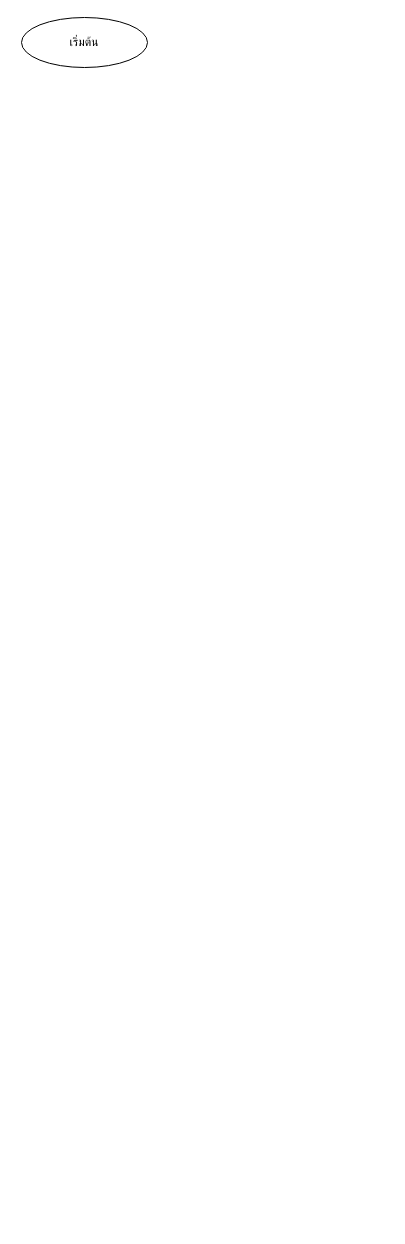
Before: HW/HW03/HW03-1/HW03-1.drawio in bbnyk/ENGCE117, a draw.io diagram. Source tidied: cells renumbered, new cells numbered last; positions are measured from the earlier drawing's top-left corner, leaving out a move shared by most shapes. Both pictures are drawn from the tidied source at 100%, with x=0, y=0 at pixel (21, 17).
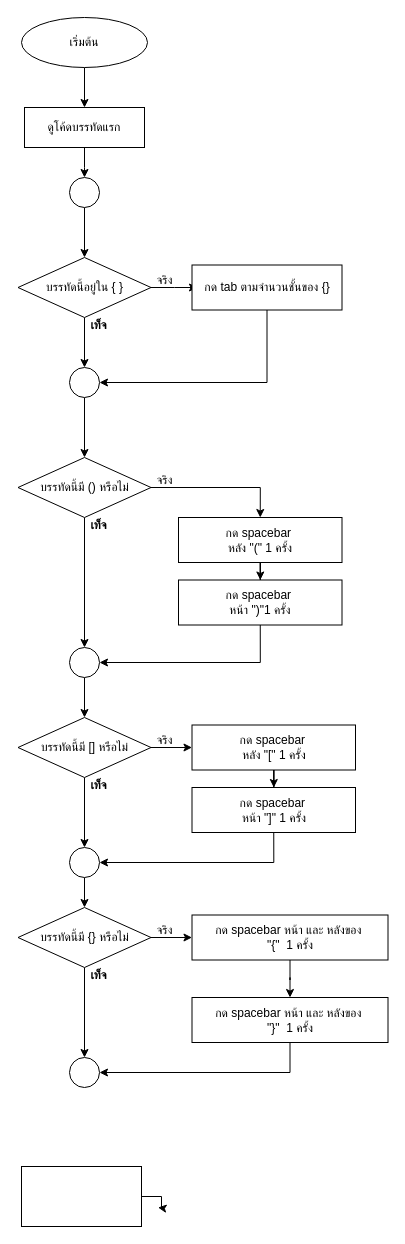
Above is the later version.

Unchanged cells that the change refers to:
```xml
<mxCell id="2" value="เริ่มต้น" style="ellipse;whiteSpace=wrap;html=1;" parent="1" vertex="1">
  <mxGeometry width="126" height="50" as="geometry" />
</mxCell>
```

The edit, as a diff of the source:
```diff
@@
+    <mxCell id="3" style="edgeStyle=orthogonalEdgeStyle;rounded=0;jettySize=auto;html=1;entryX=0.5;entryY=0;entryDx=0;entryDy=0;" parent="1" edge="1" source="2" target="5">
+      <mxGeometry relative="1" as="geometry" />
+    </mxCell>
@@
+    <mxCell id="4" style="edgeStyle=orthogonalEdgeStyle;rounded=0;jettySize=auto;html=1;" parent="1" edge="1" source="5">
+      <mxGeometry relative="1" as="geometry">
+        <mxPoint x="63" y="160" as="targetPoint" />
+      </mxGeometry>
+    </mxCell>
+    <mxCell id="5" value="ดูโค้ดบรรทัดแรก" style="rounded=0;whiteSpace=wrap;html=1;" parent="1" vertex="1">
+      <mxGeometry x="3" y="90" width="120" height="40" as="geometry" />
+    </mxCell>
+    <mxCell id="6" style="edgeStyle=orthogonalEdgeStyle;rounded=0;jettySize=auto;html=1;" parent="1" edge="1" source="7" target="10">
+      <mxGeometry relative="1" as="geometry" />
+    </mxCell>
+    <mxCell id="7" style="ellipse;whiteSpace=wrap;html=1;" parent="1" vertex="1">
+      <mxGeometry x="48" y="160" width="30" height="30" as="geometry" />
+    </mxCell>
+    <mxCell id="8" style="edgeStyle=orthogonalEdgeStyle;rounded=0;jettySize=auto;html=1;" parent="1" edge="1" source="10">
+      <mxGeometry relative="1" as="geometry">
+        <mxPoint x="176" y="270" as="targetPoint" />
+      </mxGeometry>
+    </mxCell>
+    <mxCell id="9" style="edgeStyle=orthogonalEdgeStyle;rounded=0;jettySize=auto;html=1;exitX=0.5;exitY=1;exitDx=0;exitDy=0;entryX=0.5;entryY=0;entryDx=0;entryDy=0;" parent="1" edge="1" source="10" target="14">
+      <mxGeometry relative="1" as="geometry" />
+    </mxCell>
+    <mxCell id="10" value="บรรทัดนี้อยู่ใน { }" style="rhombus;whiteSpace=wrap;html=1;" parent="1" vertex="1">
+      <mxGeometry x="-3.5" y="240" width="133" height="60" as="geometry" />
+    </mxCell>
+    <mxCell id="11" style="edgeStyle=orthogonalEdgeStyle;rounded=0;jettySize=auto;html=1;exitX=0.5;exitY=1;exitDx=0;exitDy=0;entryX=1;entryY=0.5;entryDx=0;entryDy=0;" parent="1" edge="1" source="12" target="14">
+      <mxGeometry relative="1" as="geometry" />
+    </mxCell>
+    <mxCell id="12" value="กด tab ตามจำนวนชั้นของ {}" style="rounded=0;whiteSpace=wrap;html=1;" parent="1" vertex="1">
+      <mxGeometry x="170.5" y="247.5" width="150" height="45" as="geometry" />
+    </mxCell>
+    <mxCell id="13" style="edgeStyle=orthogonalEdgeStyle;rounded=0;jettySize=auto;html=1;exitX=0.5;exitY=1;exitDx=0;exitDy=0;entryX=0.5;entryY=0;entryDx=0;entryDy=0;" parent="1" edge="1" source="14" target="19">
+      <mxGeometry relative="1" as="geometry" />
+    </mxCell>
+    <mxCell id="14" style="ellipse;whiteSpace=wrap;html=1;" parent="1" vertex="1">
+      <mxGeometry x="48" y="350" width="30" height="30" as="geometry" />
+    </mxCell>
+    <mxCell id="15" value="จริง" style="text;html=1;align=center;verticalAlign=middle;strokeColor=none;fillColor=none;" parent="1" vertex="1">
+      <mxGeometry x="123" y="247.5" width="40" height="30" as="geometry" />
+    </mxCell>
+    <mxCell id="16" value="เท็จ" style="text;html=1;align=center;verticalAlign=middle;strokeColor=none;fillColor=none;fontStyle=1;" parent="1" vertex="1">
+      <mxGeometry x="56.5" y="292.5" width="40" height="30" as="geometry" />
+    </mxCell>
+    <mxCell id="17" style="edgeStyle=orthogonalEdgeStyle;rounded=0;jettySize=auto;html=1;entryX=0.5;entryY=0;entryDx=0;entryDy=0;" parent="1" edge="1" source="19" target="48">
+      <mxGeometry relative="1" as="geometry" />
+    </mxCell>
+    <mxCell id="18" style="edgeStyle=orthogonalEdgeStyle;rounded=0;jettySize=auto;html=1;" parent="1" edge="1" source="19" target="21">
+      <mxGeometry relative="1" as="geometry" />
+    </mxCell>
+    <mxCell id="19" value="บรรทัดนี้มี () หรือไม่" style="rhombus;whiteSpace=wrap;html=1;" parent="1" vertex="1">
+      <mxGeometry x="-3.5" y="440" width="133" height="60" as="geometry" />
+    </mxCell>
+    <mxCell id="20" style="edgeStyle=orthogonalEdgeStyle;rounded=0;jettySize=auto;html=1;" parent="1" edge="1" source="21" target="26">
+      <mxGeometry relative="1" as="geometry" />
+    </mxCell>
+    <mxCell id="21" style="ellipse;whiteSpace=wrap;html=1;" parent="1" vertex="1">
+      <mxGeometry x="48" y="630" width="30" height="30" as="geometry" />
+    </mxCell>
+    <mxCell id="22" value="จริง" style="text;html=1;align=center;verticalAlign=middle;strokeColor=none;fillColor=none;" parent="1" vertex="1">
+      <mxGeometry x="123" y="447.5" width="40" height="30" as="geometry" />
+    </mxCell>
+    <mxCell id="23" value="เท็จ" style="text;html=1;align=center;verticalAlign=middle;strokeColor=none;fillColor=none;fontStyle=1;" parent="1" vertex="1">
+      <mxGeometry x="56.5" y="492.5" width="40" height="30" as="geometry" />
+    </mxCell>
+    <mxCell id="24" style="edgeStyle=orthogonalEdgeStyle;rounded=0;jettySize=auto;html=1;" parent="1" edge="1" source="26" target="28">
+      <mxGeometry relative="1" as="geometry" />
+    </mxCell>
+    <mxCell id="25" style="edgeStyle=orthogonalEdgeStyle;rounded=0;jettySize=auto;html=1;" parent="1" edge="1" source="26" target="30">
+      <mxGeometry relative="1" as="geometry" />
+    </mxCell>
+    <mxCell id="26" value="บรรทัดนี้มี [] หรือไม่" style="rhombus;whiteSpace=wrap;html=1;" parent="1" vertex="1">
+      <mxGeometry x="-3.5" y="700" width="133" height="60" as="geometry" />
+    </mxCell>
+    <mxCell id="27" style="edgeStyle=orthogonalEdgeStyle;rounded=0;jettySize=auto;html=1;" parent="1" edge="1" source="28" target="44">
+      <mxGeometry relative="1" as="geometry" />
+    </mxCell>
+    <mxCell id="28" value="กด spacebar&amp;nbsp;&lt;div&gt;หลัง&amp;nbsp;&lt;span style=&quot;background-color: initial;&quot;&gt;&quot;[&quot; 1 ครั้ง&lt;/span&gt;&lt;/div&gt;" style="rounded=0;whiteSpace=wrap;html=1;" parent="1" vertex="1">
+      <mxGeometry x="170.5" y="707.5" width="163.5" height="45" as="geometry" />
+    </mxCell>
+    <mxCell id="29" style="edgeStyle=orthogonalEdgeStyle;rounded=0;jettySize=auto;html=1;exitX=0.5;exitY=1;exitDx=0;exitDy=0;entryX=0.5;entryY=0;entryDx=0;entryDy=0;" parent="1" edge="1" source="30" target="35">
+      <mxGeometry relative="1" as="geometry" />
+    </mxCell>
+    <mxCell id="30" style="ellipse;whiteSpace=wrap;html=1;" parent="1" vertex="1">
+      <mxGeometry x="48" y="830" width="30" height="30" as="geometry" />
+    </mxCell>
+    <mxCell id="31" value="จริง" style="text;html=1;align=center;verticalAlign=middle;strokeColor=none;fillColor=none;" parent="1" vertex="1">
+      <mxGeometry x="123" y="707.5" width="40" height="30" as="geometry" />
+    </mxCell>
+    <mxCell id="32" value="เท็จ" style="text;html=1;align=center;verticalAlign=middle;strokeColor=none;fillColor=none;fontStyle=1;" parent="1" vertex="1">
+      <mxGeometry x="56.5" y="752.5" width="40" height="30" as="geometry" />
+    </mxCell>
+    <mxCell id="33" style="edgeStyle=orthogonalEdgeStyle;rounded=0;jettySize=auto;html=1;" parent="1" edge="1" source="35" target="37">
+      <mxGeometry relative="1" as="geometry" />
+    </mxCell>
+    <mxCell id="34" style="edgeStyle=orthogonalEdgeStyle;rounded=0;jettySize=auto;html=1;" parent="1" edge="1" source="35" target="38">
+      <mxGeometry relative="1" as="geometry" />
+    </mxCell>
+    <mxCell id="35" value="บรรทัดนี้มี {} หรือไม่" style="rhombus;whiteSpace=wrap;html=1;" parent="1" vertex="1">
+      <mxGeometry x="-3.5" y="890" width="133" height="60" as="geometry" />
+    </mxCell>
+    <mxCell id="36" style="edgeStyle=orthogonalEdgeStyle;rounded=0;jettySize=auto;html=1;" parent="1" edge="1" source="37" target="42">
+      <mxGeometry relative="1" as="geometry" />
+    </mxCell>
+    <mxCell id="37" value="กด spacebar หน้า และ หลังของ&amp;nbsp;&lt;div&gt;&quot;{&quot;&amp;nbsp; 1 ครั้ง&lt;/div&gt;" style="rounded=0;whiteSpace=wrap;html=1;" parent="1" vertex="1">
+      <mxGeometry x="170.5" y="897.5" width="196" height="45" as="geometry" />
+    </mxCell>
+    <mxCell id="38" style="ellipse;whiteSpace=wrap;html=1;" parent="1" vertex="1">
+      <mxGeometry x="48" y="1040" width="30" height="30" as="geometry" />
+    </mxCell>
+    <mxCell id="39" value="จริง" style="text;html=1;align=center;verticalAlign=middle;strokeColor=none;fillColor=none;" parent="1" vertex="1">
+      <mxGeometry x="123" y="897.5" width="40" height="30" as="geometry" />
+    </mxCell>
+    <mxCell id="40" value="เท็จ" style="text;html=1;align=center;verticalAlign=middle;strokeColor=none;fillColor=none;fontStyle=1;" parent="1" vertex="1">
+      <mxGeometry x="56.5" y="942.5" width="40" height="30" as="geometry" />
+    </mxCell>
+    <mxCell id="41" style="edgeStyle=orthogonalEdgeStyle;rounded=0;jettySize=auto;html=1;exitX=0.5;exitY=1;exitDx=0;exitDy=0;entryX=1;entryY=0.5;entryDx=0;entryDy=0;" parent="1" edge="1" source="42" target="38">
+      <mxGeometry relative="1" as="geometry" />
+    </mxCell>
+    <mxCell id="42" value="กด spacebar หน้า และ หลังของ&amp;nbsp;&lt;div&gt;&quot;}&quot;&amp;nbsp; 1 ครั้ง&lt;/div&gt;" style="rounded=0;whiteSpace=wrap;html=1;" parent="1" vertex="1">
+      <mxGeometry x="170.5" y="980" width="196" height="45" as="geometry" />
+    </mxCell>
+    <mxCell id="43" style="edgeStyle=orthogonalEdgeStyle;rounded=0;jettySize=auto;html=1;exitX=0.5;exitY=1;exitDx=0;exitDy=0;entryX=1;entryY=0.5;entryDx=0;entryDy=0;" parent="1" edge="1" source="44" target="30">
+      <mxGeometry relative="1" as="geometry" />
+    </mxCell>
+    <mxCell id="44" value="กด spacebar&lt;span style=&quot;background-color: initial;&quot;&gt;&amp;nbsp;&lt;/span&gt;&lt;div&gt;&lt;span style=&quot;background-color: initial;&quot;&gt;หน้า &quot;]&quot; 1 ครั้ง&lt;/span&gt;&lt;/div&gt;" style="rounded=0;whiteSpace=wrap;html=1;" parent="1" vertex="1">
+      <mxGeometry x="170.5" y="770" width="163.5" height="45" as="geometry" />
+    </mxCell>
+    <mxCell id="45" style="edgeStyle=orthogonalEdgeStyle;rounded=0;jettySize=auto;html=1;" parent="1" edge="1" source="46">
+      <mxGeometry relative="1" as="geometry">
+        <mxPoint x="136.5" y="1190" as="targetPoint" />
+      </mxGeometry>
+    </mxCell>
+    <mxCell id="46" style="rounded=0;whiteSpace=wrap;html=1;" parent="1" vertex="1">
+      <mxGeometry y="1149" width="120" height="60" as="geometry" />
+    </mxCell>
+    <mxCell id="47" style="edgeStyle=orthogonalEdgeStyle;rounded=0;jettySize=auto;html=1;" parent="1" edge="1" source="48" target="50">
+      <mxGeometry relative="1" as="geometry" />
+    </mxCell>
+    <mxCell id="48" value="กด spacebar&amp;nbsp;&lt;div&gt;หลัง&amp;nbsp;&lt;span style=&quot;background-color: initial;&quot;&gt;&quot;(&quot; 1 ครั้ง&lt;/span&gt;&lt;/div&gt;" style="rounded=0;whiteSpace=wrap;html=1;" parent="1" vertex="1">
+      <mxGeometry x="157" y="500" width="163.5" height="45" as="geometry" />
+    </mxCell>
+    <mxCell id="49" style="edgeStyle=orthogonalEdgeStyle;rounded=0;jettySize=auto;html=1;exitX=0.5;exitY=1;exitDx=0;exitDy=0;entryX=1;entryY=0.5;entryDx=0;entryDy=0;" parent="1" edge="1" source="50" target="21">
+      <mxGeometry relative="1" as="geometry" />
+    </mxCell>
+    <mxCell id="50" value="กด spacebar&lt;span style=&quot;background-color: initial;&quot;&gt;&amp;nbsp;&lt;/span&gt;&lt;div&gt;&lt;span style=&quot;background-color: initial;&quot;&gt;หน้า &quot;)&quot;1 ครั้ง&lt;/span&gt;&lt;/div&gt;" style="rounded=0;whiteSpace=wrap;html=1;" parent="1" vertex="1">
+      <mxGeometry x="157" y="562.5" width="163.5" height="45" as="geometry" />
+    </mxCell>
```
